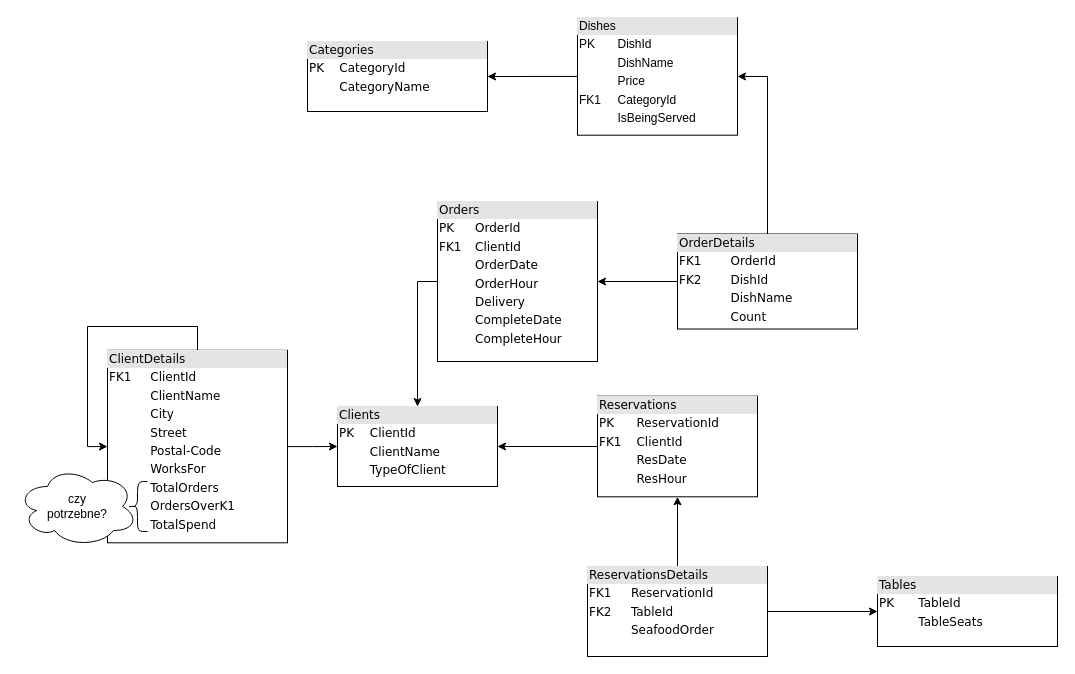
Above: DataBaseSchema.drawio in mczajor/DataBases (draw.io), before the change. Source tidied: cells renumbered, new cells numbered last; positions are measured from the earlier drawing's top-left corner, leaving out a move shared by most shapes. Both pictures are drawn from the tidied source at 100%, with x=0, y=0 at pixel (17, 17).
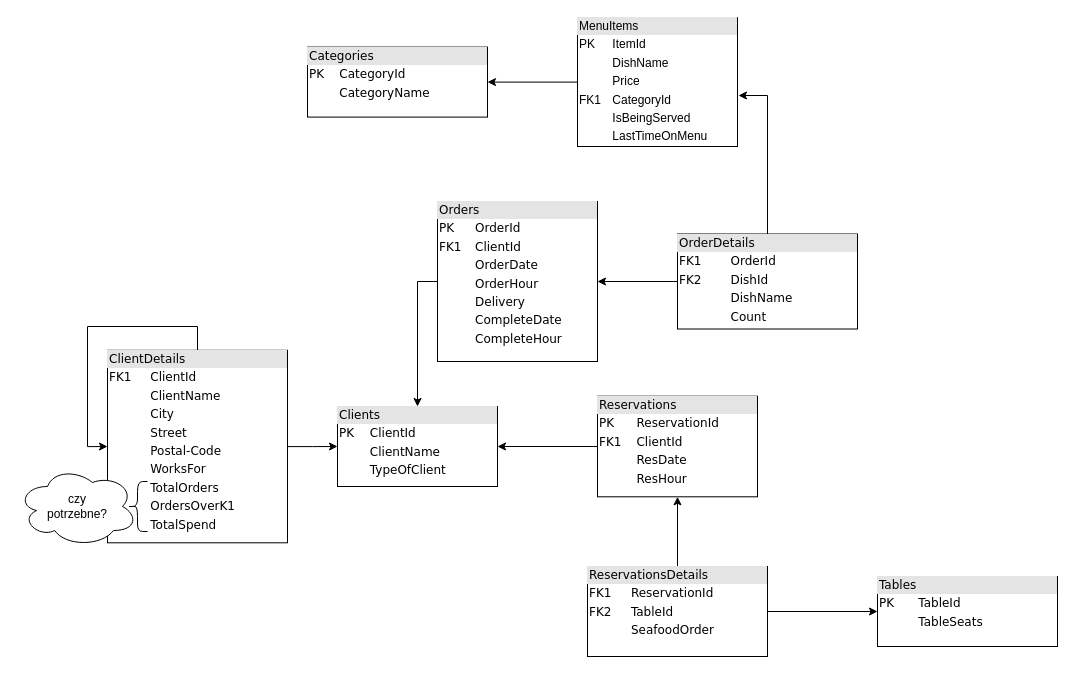
The same page after the edit.

The change refers to these unchanged cells:
```xml
<mxCell id="13" value="&lt;div style=&quot;box-sizing: border-box ; width: 100% ; background: #e4e4e4 ; padding: 2px&quot;&gt;OrderDetails&lt;/div&gt;&lt;table style=&quot;width: 100% ; font-size: 1em&quot; cellspacing=&quot;0&quot; cellpadding=&quot;2&quot;&gt;&lt;tbody&gt;&lt;tr&gt;&lt;td&gt;FK1&lt;br&gt;&lt;/td&gt;&lt;td&gt;OrderId&lt;br&gt;&lt;/td&gt;&lt;/tr&gt;&lt;tr&gt;&lt;td&gt;FK2&lt;br&gt;&lt;/td&gt;&lt;td&gt;DishId&lt;/td&gt;&lt;/tr&gt;&lt;tr&gt;&lt;td&gt;&lt;br&gt;&lt;/td&gt;&lt;td&gt;DishName&lt;br&gt;&lt;/td&gt;&lt;/tr&gt;&lt;tr&gt;&lt;td&gt;&lt;/td&gt;&lt;td&gt;Count&lt;/td&gt;&lt;/tr&gt;&lt;/tbody&gt;&lt;/table&gt;" style="verticalAlign=top;align=left;overflow=fill;html=1;rounded=0;shadow=0;comic=0;labelBackgroundColor=none;strokeWidth=1;fontFamily=Verdana;fontSize=12;" parent="1" vertex="1">
  <mxGeometry x="660" y="216.5" width="180" height="95" as="geometry" />
</mxCell>
```

Diff of the diagram source:
```diff
@@
     <mxCell id="10" value="&lt;div style=&quot;box-sizing:border-box;width:100%;background:#e4e4e4;padding:2px;&quot;&gt;Categories&lt;/div&gt;&lt;table style=&quot;width:100%;font-size:1em;&quot; cellspacing=&quot;0&quot; cellpadding=&quot;2&quot;&gt;&lt;tbody&gt;&lt;tr&gt;&lt;td&gt;PK&lt;br&gt;&lt;/td&gt;&lt;td&gt;CategoryId&lt;/td&gt;&lt;/tr&gt;&lt;tr&gt;&lt;td&gt;&lt;br&gt;&lt;/td&gt;&lt;td&gt;CategoryName&lt;/td&gt;&lt;/tr&gt;&lt;/tbody&gt;&lt;/table&gt;" style="verticalAlign=top;align=left;overflow=fill;html=1;rounded=0;shadow=0;comic=0;labelBackgroundColor=none;strokeWidth=1;fontFamily=Verdana;fontSize=12;" parent="1" vertex="1">
-      <mxGeometry x="290" y="24" width="180" height="70" as="geometry" />
+      <mxGeometry x="290" y="29.6" width="180" height="70" as="geometry" />
     </mxCell>
@@
-    <mxCell id="12" style="edgeStyle=orthogonalEdgeStyle;rounded=0;jettySize=auto;html=1;exitX=0.5;exitY=0;exitDx=0;exitDy=0;entryX=1;entryY=0.5;entryDx=0;entryDy=0;" parent="1" edge="1" source="13" target="19">
-      <mxGeometry relative="1" as="geometry">
-        <Array as="points">
-          <mxPoint x="750" y="59" />
-        </Array>
-      </mxGeometry>
+    <mxCell id="12" style="edgeStyle=orthogonalEdgeStyle;rounded=0;jettySize=auto;html=1;entryX=1.006;entryY=0.604;entryDx=0;entryDy=0;entryPerimeter=0;" parent="1" edge="1" source="13" target="19">
+      <mxGeometry relative="1" as="geometry" />
     </mxCell>
@@
-    <mxCell id="19" value="&lt;div style=&quot;box-sizing:border-box;width:100%;background:#e4e4e4;padding:2px;&quot;&gt;Dishes&lt;/div&gt;&lt;table style=&quot;width:100%;font-size:1em;&quot; cellspacing=&quot;0&quot; cellpadding=&quot;2&quot;&gt;&lt;tbody&gt;&lt;tr&gt;&lt;td&gt;PK&lt;br&gt;&lt;/td&gt;&lt;td&gt;DishId&lt;/td&gt;&lt;/tr&gt;&lt;tr&gt;&lt;td&gt;&lt;br&gt;&lt;/td&gt;&lt;td&gt;DishName&lt;br&gt;&lt;/td&gt;&lt;/tr&gt;&lt;tr&gt;&lt;td&gt;&lt;br&gt;&lt;/td&gt;&lt;td&gt;Price&lt;br&gt;&lt;/td&gt;&lt;/tr&gt;&lt;tr&gt;&lt;td&gt;FK1&lt;/td&gt;&lt;td&gt;CategoryId&lt;/td&gt;&lt;/tr&gt;&lt;tr&gt;&lt;td&gt;&lt;br&gt;&lt;/td&gt;&lt;td&gt;IsBeingServed&lt;br&gt;&lt;/td&gt;&lt;/tr&gt;&lt;/tbody&gt;&lt;/table&gt;" style="verticalAlign=top;align=left;overflow=fill;html=1;" parent="1" vertex="1">
-      <mxGeometry x="560" y="0.2" width="160" height="117.5" as="geometry" />
+    <mxCell id="19" value="&lt;div style=&quot;box-sizing:border-box;width:100%;background:#e4e4e4;padding:2px;&quot;&gt;MenuItems&lt;/div&gt;&lt;table style=&quot;width:100%;font-size:1em;&quot; cellspacing=&quot;0&quot; cellpadding=&quot;2&quot;&gt;&lt;tbody&gt;&lt;tr&gt;&lt;td&gt;PK&lt;br&gt;&lt;/td&gt;&lt;td&gt;ItemId&lt;/td&gt;&lt;/tr&gt;&lt;tr&gt;&lt;td&gt;&lt;br&gt;&lt;/td&gt;&lt;td&gt;DishName&lt;br&gt;&lt;/td&gt;&lt;/tr&gt;&lt;tr&gt;&lt;td&gt;&lt;br&gt;&lt;/td&gt;&lt;td&gt;Price&lt;br&gt;&lt;/td&gt;&lt;/tr&gt;&lt;tr&gt;&lt;td&gt;FK1&lt;/td&gt;&lt;td&gt;CategoryId&lt;/td&gt;&lt;/tr&gt;&lt;tr&gt;&lt;td&gt;&lt;br&gt;&lt;/td&gt;&lt;td&gt;IsBeingServed&lt;br&gt;&lt;/td&gt;&lt;/tr&gt;&lt;tr&gt;&lt;td&gt;&lt;br&gt;&lt;/td&gt;&lt;td&gt;LastTimeOnMenu&lt;br&gt;&lt;/td&gt;&lt;/tr&gt;&lt;/tbody&gt;&lt;/table&gt;" style="verticalAlign=top;align=left;overflow=fill;html=1;" parent="1" vertex="1">
+      <mxGeometry x="560" y="0.2" width="160" height="128.8" as="geometry" />
     </mxCell>
```
